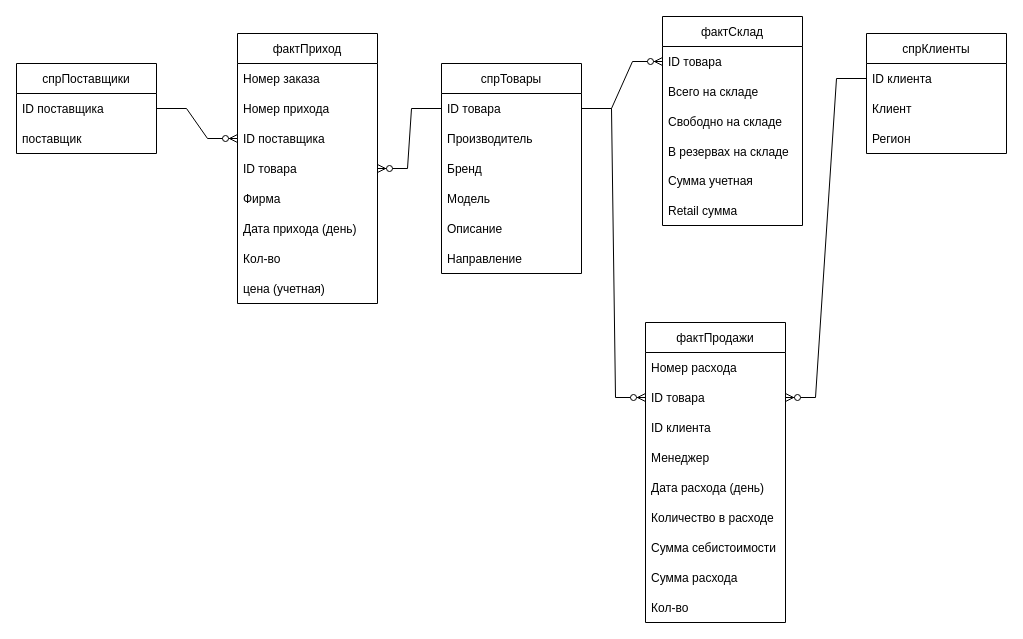
valeraleraleb/IBA-2022 keeps this draw.io diagram as Model/Data model.drawio. Above is the earlier version. Source tidied: cells renumbered, new cells numbered last; positions are measured from the earlier drawing's top-left corner, leaving out a move shared by most shapes. Both pictures are drawn from the tidied source at 100%, with x=0, y=0 at pixel (16, 16).
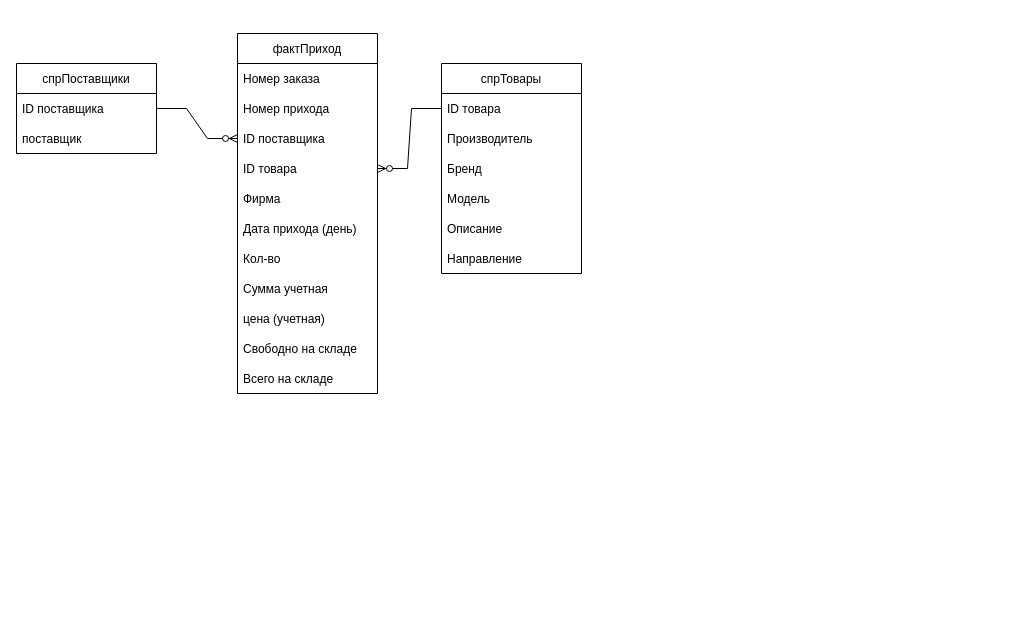
The same diagram, later.

Unchanged cells that the change refers to:
```xml
<mxCell id="29" value="ID товара" style="text;strokeColor=none;fillColor=none;align=left;verticalAlign=middle;spacingLeft=4;spacingRight=4;overflow=hidden;points=[[0,0.5],[1,0.5]];portConstraint=eastwest;" parent="28" vertex="1">
  <mxGeometry y="30" width="140" height="30" as="geometry" />
</mxCell>
```

What changed in the source:
```diff
@@
     <mxCell id="2" value="фактПриход" style="swimlane;fontStyle=0;horizontal=1;startSize=30;" parent="1" vertex="1">
-      <mxGeometry x="221" y="17" width="140" height="270" as="geometry" />
+      <mxGeometry x="221" y="17" width="140" height="360" as="geometry" />
     </mxCell>
@@
+    <mxCell id="16" value="Сумма учетная" style="text;strokeColor=none;fillColor=none;align=left;verticalAlign=middle;spacingLeft=4;spacingRight=4;overflow=hidden;" parent="2" vertex="1">
+      <mxGeometry y="240" width="140" height="30" as="geometry" />
+    </mxCell>
     <mxCell id="10" value="цена (учетная)" style="text;strokeColor=none;fillColor=none;align=left;verticalAlign=middle;spacingLeft=4;spacingRight=4;overflow=hidden;" parent="2" vertex="1">
-      <mxGeometry y="240" width="140" height="30" as="geometry" />
+      <mxGeometry y="270" width="140" height="30" as="geometry" />
     </mxCell>
-    <mxCell id="11" value="фактСклад" style="swimlane;fontStyle=0;horizontal=1;startSize=30;" parent="1" vertex="1">
-      <mxGeometry x="646" width="140" height="209" as="geometry" />
-    </mxCell>
-    <mxCell id="12" value="ID товара" style="text;strokeColor=none;fillColor=none;align=left;verticalAlign=middle;spacingLeft=4;spacingRight=4;overflow=hidden;points=[[0,0.5],[1,0.5]];portConstraint=eastwest;" parent="11" vertex="1">
-      <mxGeometry y="30" width="140" height="30" as="geometry" />
-    </mxCell>
+    <mxCell id="14" value="Свободно на складе" style="text;strokeColor=none;fillColor=none;align=left;verticalAlign=middle;spacingLeft=4;spacingRight=4;overflow=hidden;" parent="2" vertex="1">
+      <mxGeometry y="300" width="140" height="30" as="geometry" />
+    </mxCell>
-    <mxCell id="13" value="Всего на складе" style="text;strokeColor=none;fillColor=none;align=left;verticalAlign=middle;spacingLeft=4;spacingRight=4;overflow=hidden;" parent="11" vertex="1">
-      <mxGeometry y="60" width="140" height="30" as="geometry" />
+    <mxCell id="13" value="Всего на складе" style="text;strokeColor=none;fillColor=none;align=left;verticalAlign=middle;spacingLeft=4;spacingRight=4;overflow=hidden;" parent="2" vertex="1">
+      <mxGeometry y="330" width="140" height="30" as="geometry" />
     </mxCell>
-    <mxCell id="14" value="Свободно на складе" style="text;strokeColor=none;fillColor=none;align=left;verticalAlign=middle;spacingLeft=4;spacingRight=4;overflow=hidden;" parent="11" vertex="1">
-      <mxGeometry y="90" width="140" height="30" as="geometry" />
-    </mxCell>
-    <mxCell id="15" value="В резервах на складе" style="text;strokeColor=none;fillColor=none;align=left;verticalAlign=middle;spacingLeft=4;spacingRight=4;overflow=hidden;" parent="11" vertex="1">
-      <mxGeometry y="120" width="140" height="29" as="geometry" />
-    </mxCell>
-    <mxCell id="16" value="Сумма учетная" style="text;strokeColor=none;fillColor=none;align=left;verticalAlign=middle;spacingLeft=4;spacingRight=4;overflow=hidden;" parent="11" vertex="1">
-      <mxGeometry y="149" width="140" height="30" as="geometry" />
-    </mxCell>
-    <mxCell id="17" value="Retail сумма" style="text;strokeColor=none;fillColor=none;align=left;verticalAlign=middle;spacingLeft=4;spacingRight=4;overflow=hidden;" parent="11" vertex="1">
-      <mxGeometry y="179" width="140" height="30" as="geometry" />
-    </mxCell>
-    <mxCell id="18" value="фактПродажи" style="swimlane;fontStyle=0;horizontal=1;startSize=30;" parent="1" vertex="1">
-      <mxGeometry x="629" y="306" width="140" height="300" as="geometry" />
-    </mxCell>
-    <mxCell id="19" value="Номер расхода" style="text;strokeColor=none;fillColor=none;align=left;verticalAlign=middle;spacingLeft=4;spacingRight=4;overflow=hidden;" parent="18" vertex="1">
-      <mxGeometry y="30" width="140" height="30" as="geometry" />
-    </mxCell>
-    <mxCell id="20" value="ID товара" style="text;strokeColor=none;fillColor=none;align=left;verticalAlign=middle;spacingLeft=4;spacingRight=4;overflow=hidden;points=[[0,0.5],[1,0.5]];portConstraint=eastwest;" parent="18" vertex="1">
-      <mxGeometry y="60" width="140" height="30" as="geometry" />
-    </mxCell>
-    <mxCell id="21" value="ID клиента" style="text;strokeColor=none;fillColor=none;align=left;verticalAlign=middle;spacingLeft=4;spacingRight=4;overflow=hidden;" parent="18" vertex="1">
-      <mxGeometry y="90" width="140" height="30" as="geometry" />
-    </mxCell>
-    <mxCell id="22" value="Менеджер" style="text;strokeColor=none;fillColor=none;align=left;verticalAlign=middle;spacingLeft=4;spacingRight=4;overflow=hidden;" parent="18" vertex="1">
-      <mxGeometry y="120" width="140" height="30" as="geometry" />
-    </mxCell>
-    <mxCell id="23" value="Дата расхода (день)" style="text;strokeColor=none;fillColor=none;align=left;verticalAlign=middle;spacingLeft=4;spacingRight=4;overflow=hidden;" parent="18" vertex="1">
-      <mxGeometry y="150" width="140" height="30" as="geometry" />
-    </mxCell>
-    <mxCell id="24" value="Количество в расходе" style="text;strokeColor=none;fillColor=none;align=left;verticalAlign=middle;spacingLeft=4;spacingRight=4;overflow=hidden;" parent="18" vertex="1">
-      <mxGeometry y="180" width="140" height="30" as="geometry" />
-    </mxCell>
-    <mxCell id="25" value="Сумма себистоимости" style="text;strokeColor=none;fillColor=none;align=left;verticalAlign=middle;spacingLeft=4;spacingRight=4;overflow=hidden;" parent="18" vertex="1">
-      <mxGeometry y="210" width="140" height="30" as="geometry" />
-    </mxCell>
-    <mxCell id="26" value="Сумма расхода" style="text;strokeColor=none;fillColor=none;align=left;verticalAlign=middle;spacingLeft=4;spacingRight=4;overflow=hidden;" parent="18" vertex="1">
-      <mxGeometry y="240" width="140" height="30" as="geometry" />
-    </mxCell>
-    <mxCell id="27" value="Кол-во" style="text;strokeColor=none;fillColor=none;align=left;verticalAlign=middle;spacingLeft=4;spacingRight=4;overflow=hidden;" parent="18" vertex="1">
-      <mxGeometry y="270" width="140" height="30" as="geometry" />
-    </mxCell>
@@
-    <mxCell id="38" value="спрКлиенты" style="swimlane;fontStyle=0;horizontal=1;startSize=30;" parent="1" vertex="1">
-      <mxGeometry x="850" y="17" width="140" height="120" as="geometry" />
-    </mxCell>
-    <mxCell id="39" value="ID клиента" style="text;strokeColor=none;fillColor=none;align=left;verticalAlign=middle;spacingLeft=4;spacingRight=4;overflow=hidden;points=[[0,0.5],[1,0.5]];portConstraint=eastwest;" parent="38" vertex="1">
-      <mxGeometry y="30" width="140" height="30" as="geometry" />
-    </mxCell>
-    <mxCell id="40" value="Клиент" style="text;strokeColor=none;fillColor=none;align=left;verticalAlign=middle;spacingLeft=4;spacingRight=4;overflow=hidden;" parent="38" vertex="1">
-      <mxGeometry y="60" width="140" height="30" as="geometry" />
-    </mxCell>
-    <mxCell id="41" value="Регион" style="text;strokeColor=none;fillColor=none;align=left;verticalAlign=middle;spacingLeft=4;spacingRight=4;overflow=hidden;" parent="38" vertex="1">
-      <mxGeometry y="90" width="140" height="30" as="geometry" />
-    </mxCell>
@@
-    <mxCell id="43" style="edgeStyle=entityRelationEdgeStyle;fontSize=12;html=1;endArrow=ERzeroToMany;endFill=1;rounded=0;exitX=1;exitY=0.5;exitDx=0;exitDy=0;" parent="1" edge="1" source="29" target="20">
-      <mxGeometry relative="1" as="geometry" />
-    </mxCell>
-    <mxCell id="44" style="edgeStyle=entityRelationEdgeStyle;fontSize=12;html=1;endArrow=ERzeroToMany;endFill=1;rounded=0;exitX=1;exitY=0.5;exitDx=0;exitDy=0;entryX=0;entryY=0.5;entryDx=0;entryDy=0;" parent="1" edge="1" source="29" target="12">
-      <mxGeometry relative="1" as="geometry" />
-    </mxCell>
-    <mxCell id="45" style="edgeStyle=entityRelationEdgeStyle;fontSize=12;html=1;endArrow=ERzeroToMany;endFill=1;rounded=0;exitX=0;exitY=0.5;exitDx=0;exitDy=0;entryX=1;entryY=0.5;entryDx=0;entryDy=0;" parent="1" edge="1" source="39" target="20">
-      <mxGeometry relative="1" as="geometry" />
-    </mxCell>
```
